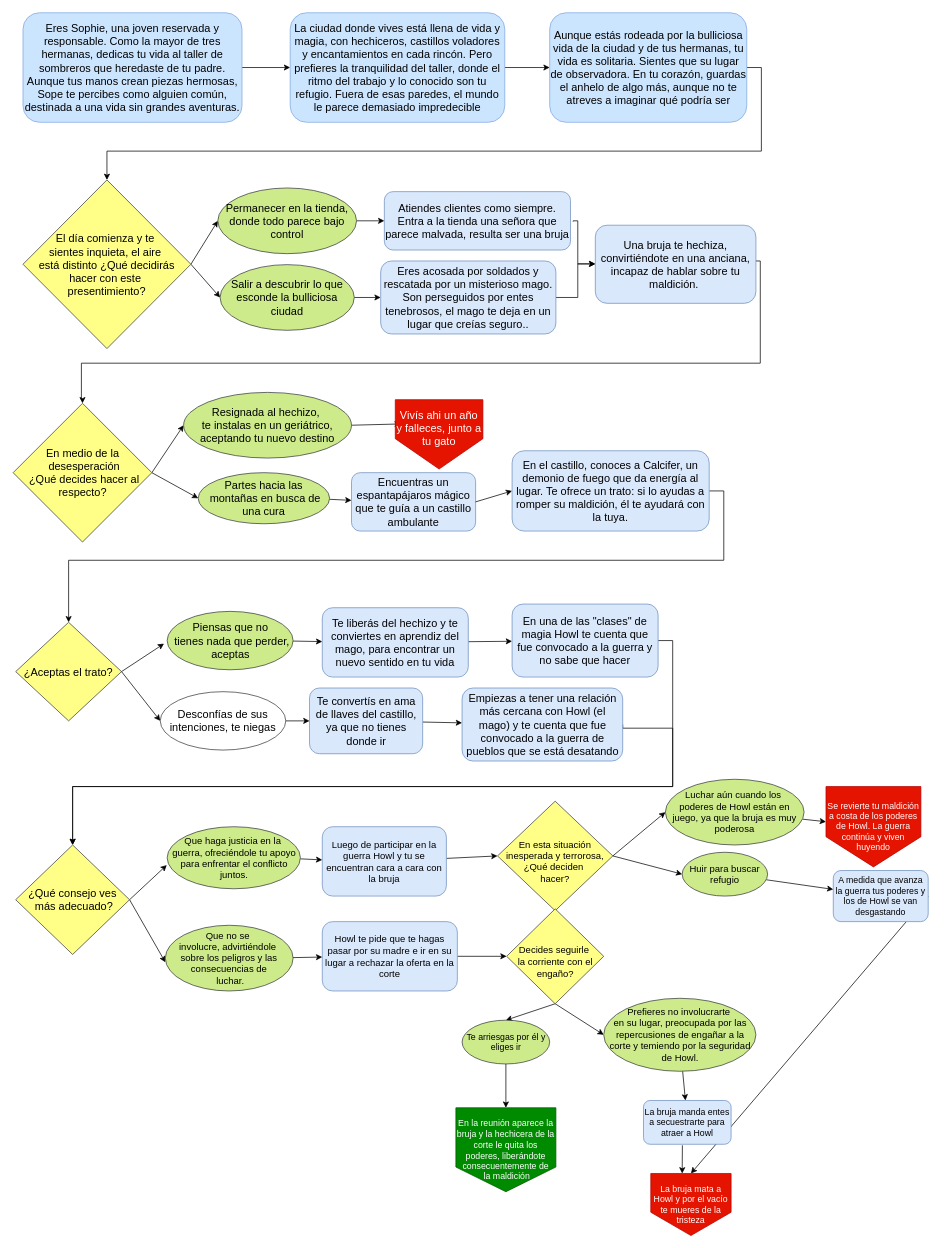
This is Untitled Diagram.drawio from delfinapinto/pmiw, a draw.io file, before an edit. Source tidied: cells renumbered, new cells numbered last; positions are measured from the earlier drawing's top-left corner, leaving out a move shared by most shapes. Both pictures are drawn from the tidied source at 73%, with x=0, y=0 at pixel (12, 12).
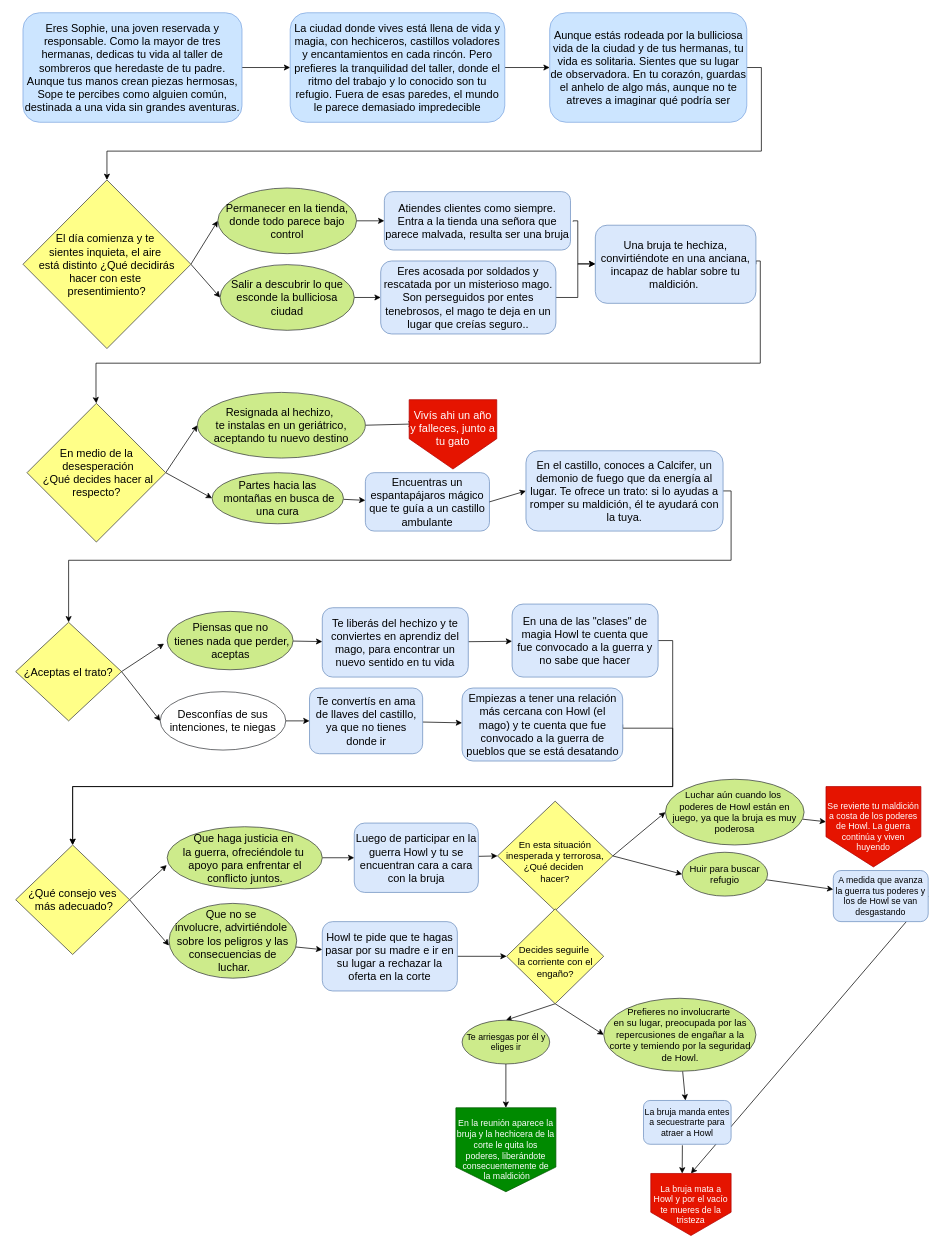
After the change.

Unchanged cells that the change refers to:
```xml
<mxCell id="16" value="&lt;font style=&quot;font-size: 15px;&quot;&gt;Una bruja te hechiza, convirtiéndote en una anciana, incapaz de hablar sobre tu maldición.&amp;nbsp;&lt;/font&gt;" style="rounded=1;whiteSpace=wrap;html=1;fillColor=#dae8fc;strokeColor=#6c8ebf;" parent="1" vertex="1">
  <mxGeometry x="798" y="291" width="220" height="107" as="geometry" />
</mxCell>
<mxCell id="28" value="&lt;font style=&quot;font-size: 15px;&quot;&gt;¿Aceptas el trato?&lt;/font&gt;" style="rhombus;whiteSpace=wrap;html=1;fillColor=#ffff88;strokeColor=#36393d;" parent="1" vertex="1">
  <mxGeometry x="4" y="835" width="145" height="135" as="geometry" />
</mxCell>
```

The edit, as a diff of the source:
```diff
@@
     <mxCell id="15" style="edgeStyle=orthogonalEdgeStyle;rounded=0;jettySize=auto;html=1;entryX=0.5;entryY=0;entryDx=0;entryDy=0;exitX=1;exitY=0.5;exitDx=0;exitDy=0;" parent="1" edge="1" source="16" target="78">
       <mxGeometry relative="1" as="geometry">
         <Array as="points">
-          <mxPoint x="1004" y="340" />
+          <mxPoint x="1018" y="340" />
           <mxPoint x="1024" y="340" />
           <mxPoint x="1024" y="480" />
-          <mxPoint x="94" y="480" />
-          <mxPoint x="94" y="530" />
-          <mxPoint x="96" y="530" />
+          <mxPoint x="114" y="480" />
+          <mxPoint x="114" y="530" />
+          <mxPoint x="115" y="530" />
         </Array>
       </mxGeometry>
     </mxCell>
@@
     <mxCell id="19" value="&lt;font style=&quot;font-size: 15px;&quot;&gt;Resignada al hechizo,&amp;nbsp;&lt;/font&gt;&lt;div style=&quot;font-size: 15px;&quot;&gt;&lt;font style=&quot;font-size: 15px;&quot;&gt;te instalas en un geriátrico, aceptando tu nuevo destino&lt;/font&gt;&lt;/div&gt;" style="ellipse;whiteSpace=wrap;html=1;fillColor=#cdeb8b;strokeColor=#36393d;" parent="1" vertex="1">
-      <mxGeometry x="234" y="520" width="230" height="90" as="geometry" />
+      <mxGeometry x="253" y="520" width="230" height="90" as="geometry" />
     </mxCell>
@@
     <mxCell id="21" value="&lt;font style=&quot;font-size: 15px;&quot;&gt;Partes hacia las&lt;/font&gt;&lt;div&gt;&lt;font style=&quot;font-size: 15px;&quot;&gt;&amp;nbsp;montañas en busca de una cura&lt;/font&gt;&lt;/div&gt;" style="ellipse;whiteSpace=wrap;html=1;fillColor=#cdeb8b;strokeColor=#36393d;" parent="1" vertex="1">
-      <mxGeometry x="254" y="630" width="180" height="70" as="geometry" />
+      <mxGeometry x="273" y="630" width="180" height="70" as="geometry" />
     </mxCell>
     <mxCell id="22" value="&lt;div style=&quot;font-size: 15px;&quot;&gt;&lt;font style=&quot;font-size: 15px;&quot;&gt;&lt;span style=&quot;background-color: initial;&quot;&gt;Vivís&lt;/span&gt;&lt;span style=&quot;background-color: initial;&quot; class=&quot;ql-cursor&quot;&gt;&lt;/span&gt;&lt;span style=&quot;background-color: initial;&quot;&gt; ahi un año y falleces, junto a tu gato&lt;/span&gt;&lt;br&gt;&lt;/font&gt;&lt;/div&gt;&lt;div style=&quot;font-size: 15px;&quot;&gt;&lt;br&gt;&lt;/div&gt;" style="shape=offPageConnector;whiteSpace=wrap;html=1;fillColor=#e51400;fontColor=#ffffff;strokeColor=#B20000;size=0.43703703703703706;" parent="1" vertex="1">
-      <mxGeometry x="524" y="530" width="120" height="95" as="geometry" />
+      <mxGeometry x="543" y="530" width="120" height="95" as="geometry" />
     </mxCell>
     <mxCell id="23" value="&lt;font style=&quot;font-size: 15px;&quot;&gt;Encuentras un espantapájaros mágico que te guía a un castillo ambulante&lt;/font&gt;" style="rounded=1;whiteSpace=wrap;html=1;fillColor=#dae8fc;strokeColor=#6c8ebf;" parent="1" vertex="1">
-      <mxGeometry x="464" y="630" width="170" height="80" as="geometry" />
+      <mxGeometry x="483" y="630" width="170" height="80" as="geometry" />
     </mxCell>
@@
     <mxCell id="25" style="edgeStyle=orthogonalEdgeStyle;rounded=0;jettySize=auto;html=1;entryX=0.5;entryY=0;entryDx=0;entryDy=0;exitX=1;exitY=0.5;exitDx=0;exitDy=0;" parent="1" edge="1" source="26" target="28">
       <mxGeometry relative="1" as="geometry">
         <Array as="points">
-          <mxPoint x="974" y="655" />
-          <mxPoint x="974" y="750" />
+          <mxPoint x="984" y="655" />
+          <mxPoint x="984" y="750" />
           <mxPoint x="77" y="750" />
         </Array>
       </mxGeometry>
     </mxCell>
     <mxCell id="26" value="&lt;font style=&quot;font-size: 15px;&quot;&gt;En el castillo, conoces a Calcifer, un demonio de fuego que da energía al lugar. Te ofrece un trato: si lo ayudas a romper su maldición, él te ayudará con la tuya.&lt;/font&gt;" style="rounded=1;whiteSpace=wrap;html=1;fillColor=#dae8fc;strokeColor=#6c8ebf;" parent="1" vertex="1">
-      <mxGeometry x="684" y="600" width="270" height="110" as="geometry" />
+      <mxGeometry x="703" y="600" width="270" height="110" as="geometry" />
     </mxCell>
@@
-    <mxCell id="44" value="&lt;font style=&quot;font-size: 13px;&quot;&gt;Que haga justicia en la&amp;nbsp;&lt;/font&gt;&lt;div&gt;&lt;font style=&quot;font-size: 13px;&quot;&gt;guerra, ofreciéndole tu apoyo para enfrentar el conflicto juntos.&lt;/font&gt;&lt;/div&gt;" style="ellipse;whiteSpace=wrap;html=1;fillColor=#cdeb8b;strokeColor=#36393d;" parent="1" vertex="1">
-      <mxGeometry x="211.5" y="1115" width="182.5" height="85" as="geometry" />
+    <mxCell id="44" value="&lt;font style=&quot;font-size: 15px;&quot;&gt;Que haga justicia en&amp;nbsp;&lt;/font&gt;&lt;div&gt;&lt;font style=&quot;font-size: 15px;&quot;&gt;la&amp;nbsp;&lt;/font&gt;&lt;span style=&quot;font-size: 15px; background-color: initial;&quot;&gt;guerra, ofreciéndole tu&amp;nbsp;&lt;/span&gt;&lt;/div&gt;&lt;div&gt;&lt;span style=&quot;font-size: 15px; background-color: initial;&quot;&gt;apoyo para enfrentar el conflicto juntos.&lt;/span&gt;&lt;/div&gt;" style="ellipse;whiteSpace=wrap;html=1;fillColor=#cdeb8b;strokeColor=#36393d;" parent="1" vertex="1">
+      <mxGeometry x="211.5" y="1115" width="212.5" height="85" as="geometry" />
     </mxCell>
@@
-    <mxCell id="46" value="&lt;font style=&quot;font-size: 13px;&quot;&gt;Que no se&amp;nbsp;&lt;/font&gt;&lt;div&gt;&lt;font style=&quot;font-size: 13px;&quot;&gt;involucre, advirtiéndole&amp;nbsp;&lt;/font&gt;&lt;/div&gt;&lt;div&gt;&lt;font style=&quot;font-size: 13px;&quot;&gt;sobre los peligros y las consecuencias de&lt;/font&gt;&lt;div style=&quot;font-size: 13px;&quot;&gt;&lt;font style=&quot;font-size: 13px;&quot;&gt;&amp;nbsp;luchar.&lt;/font&gt;&lt;/div&gt;&lt;/div&gt;" style="ellipse;whiteSpace=wrap;html=1;fillColor=#cdeb8b;strokeColor=#36393d;" parent="1" vertex="1">
-      <mxGeometry x="209" y="1250" width="175" height="90" as="geometry" />
+    <mxCell id="46" value="&lt;font style=&quot;font-size: 15px;&quot;&gt;Que no se&amp;nbsp;&lt;/font&gt;&lt;div style=&quot;font-size: 15px;&quot;&gt;&lt;font style=&quot;font-size: 15px;&quot;&gt;involucre, advirtiéndole&amp;nbsp;&lt;/font&gt;&lt;/div&gt;&lt;div style=&quot;font-size: 15px;&quot;&gt;&lt;font style=&quot;font-size: 15px;&quot;&gt;sobre los peligros y las consecuencias de&lt;/font&gt;&lt;div style=&quot;&quot;&gt;&lt;font style=&quot;font-size: 15px;&quot;&gt;&amp;nbsp;luchar.&lt;/font&gt;&lt;/div&gt;&lt;/div&gt;" style="ellipse;whiteSpace=wrap;html=1;fillColor=#cdeb8b;strokeColor=#36393d;" parent="1" vertex="1">
+      <mxGeometry x="214" y="1220" width="175" height="102.5" as="geometry" />
     </mxCell>
@@
-    <mxCell id="48" value="&lt;font style=&quot;font-size: 13px;&quot;&gt;Luego de participar en la guerra&amp;nbsp;Howl y tu se encuentran cara a cara con la bruja&lt;/font&gt;" style="rounded=1;whiteSpace=wrap;html=1;fillColor=#dae8fc;strokeColor=#6c8ebf;" parent="1" vertex="1">
-      <mxGeometry x="424" y="1115" width="170" height="95" as="geometry" />
+    <mxCell id="48" value="&lt;font style=&quot;font-size: 15px;&quot;&gt;Luego de participar en la guerra&amp;nbsp;Howl y tu se encuentran cara a cara con la bruja&lt;/font&gt;" style="rounded=1;whiteSpace=wrap;html=1;fillColor=#dae8fc;strokeColor=#6c8ebf;" parent="1" vertex="1">
+      <mxGeometry x="467.8" y="1110" width="170" height="95" as="geometry" />
     </mxCell>
@@
-    <mxCell id="50" value="&lt;font style=&quot;font-size: 13px;&quot;&gt;Howl te pide que te hagas pasar por su madre e ir en su lugar a rechazar la oferta en la corte&lt;/font&gt;" style="rounded=1;whiteSpace=wrap;html=1;fillColor=#dae8fc;strokeColor=#6c8ebf;" parent="1" vertex="1">
+    <mxCell id="50" value="&lt;font style=&quot;font-size: 15px;&quot;&gt;Howl te pide que te hagas pasar por su madre e ir en su lugar a rechazar la oferta en la corte&lt;/font&gt;" style="rounded=1;whiteSpace=wrap;html=1;fillColor=#dae8fc;strokeColor=#6c8ebf;" parent="1" vertex="1">
       <mxGeometry x="424" y="1245" width="185" height="95" as="geometry" />
     </mxCell>
@@
     <mxCell id="78" value="&lt;div style=&quot;font-size: 15px;&quot;&gt;&lt;font style=&quot;font-size: 15px;&quot;&gt;En medio de la&lt;/font&gt;&lt;/div&gt;&lt;div style=&quot;font-size: 15px;&quot;&gt;&lt;font style=&quot;font-size: 15px;&quot;&gt;&amp;nbsp;desesperación&lt;/font&gt;&lt;/div&gt;&lt;div style=&quot;font-size: 15px;&quot;&gt;&lt;font style=&quot;font-size: 15px;&quot;&gt;&amp;nbsp;¿Qué decides hacer al respecto?&lt;/font&gt;&lt;/div&gt;" style="rhombus;whiteSpace=wrap;html=1;fillColor=#ffff88;strokeColor=#36393d;" parent="1" vertex="1">
-      <mxGeometry x="0.5" y="535" width="190" height="190" as="geometry" />
+      <mxGeometry x="19.5" y="535" width="190" height="190" as="geometry" />
     </mxCell>
```
